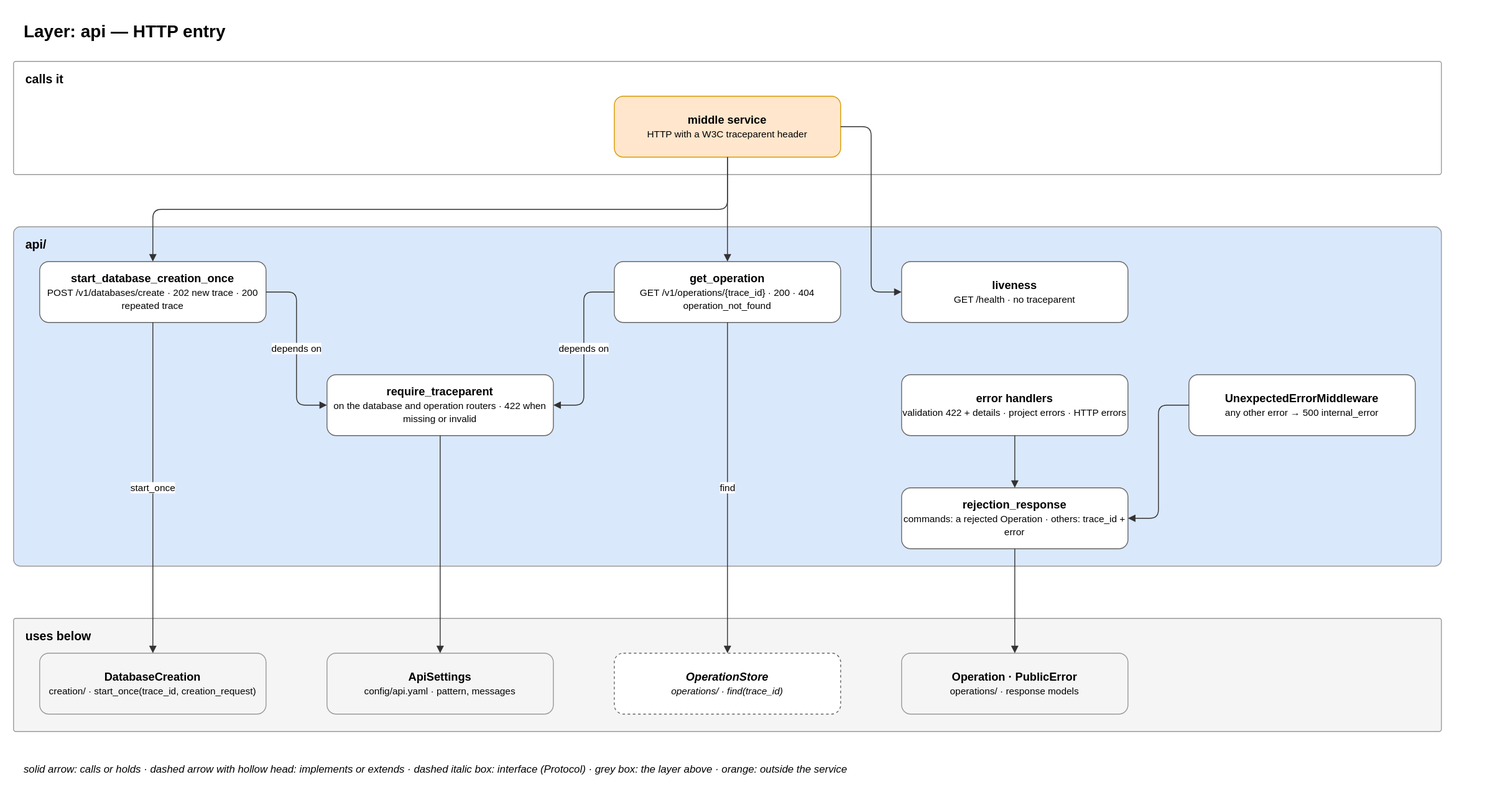
The draw.io diagram docs/diagrams/03-layer-api.drawio.svg in EliShteinman/redis-enterprise-services, before a commit. Source tidied: cells renumbered, new cells last; positions are measured from the earlier drawing's top-left corner, leaving out a move shared by most shapes.
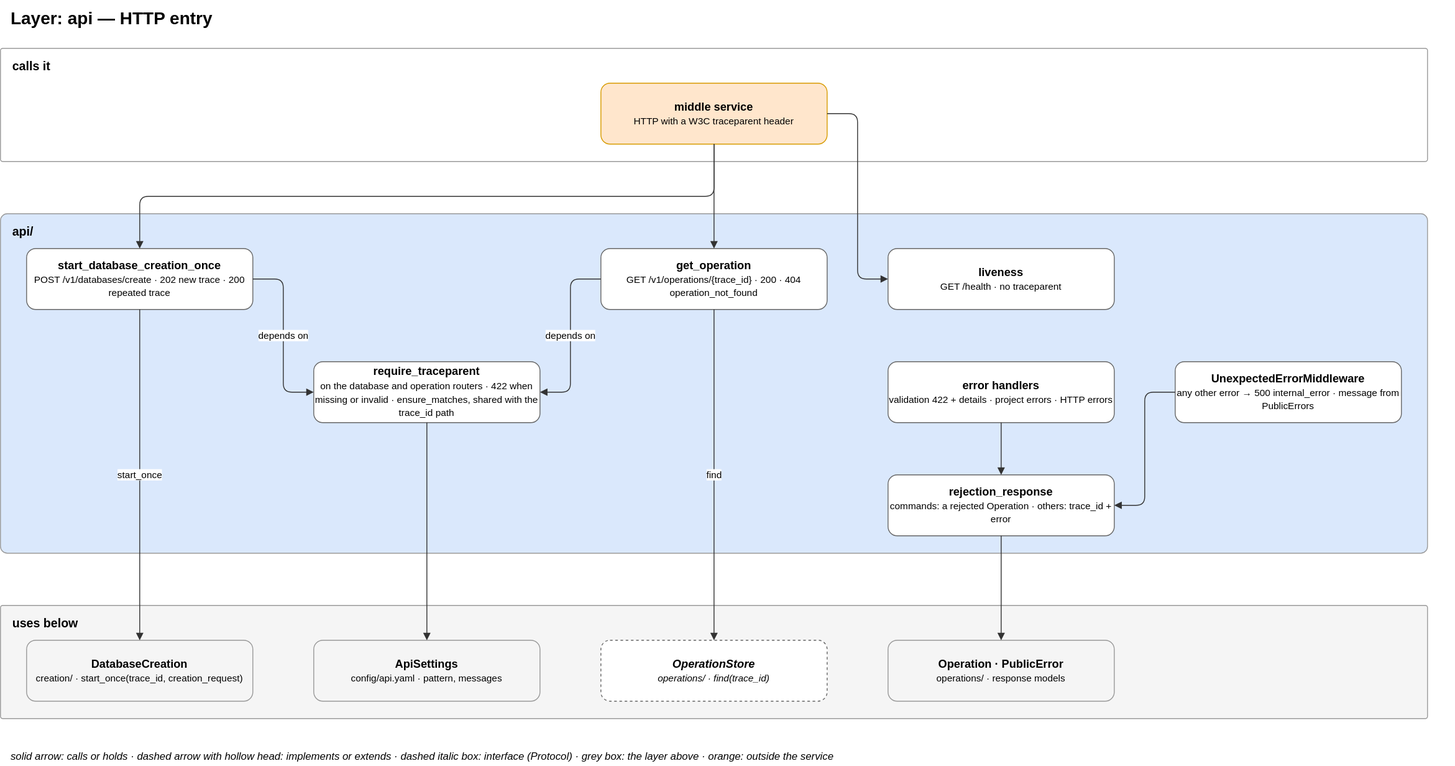
The same file after the commit.

Commit message:
docs(diagrams): StatusPolling, user_resources, lock_keys, ensure_matches and the role in the permission

What changed in the source:
```diff
@@ -23,13 +23,13 @@
     <mxCell id="8" value="&lt;b&gt;liveness&lt;/b&gt;&lt;br&gt;&lt;font style='font-size:11px'&gt;GET /health · no traceparent&lt;/font&gt;" style="rounded=1;whiteSpace=wrap;html=1;fillColor=#ffffff;strokeColor=#666666;fontSize=13;" parent="1" vertex="1">
       <mxGeometry x="1020" y="285" width="260" height="70" as="geometry" />
     </mxCell>
-    <mxCell id="9" value="&lt;b&gt;require_traceparent&lt;/b&gt;&lt;br&gt;&lt;font style='font-size:11px'&gt;on the database and operation routers · 422 when missing or invalid&lt;/font&gt;" style="rounded=1;whiteSpace=wrap;html=1;fillColor=#ffffff;strokeColor=#666666;fontSize=13;" parent="1" vertex="1">
+    <mxCell id="9" value="&lt;b&gt;require_traceparent&lt;/b&gt;&lt;br&gt;&lt;font style='font-size:11px'&gt;on the database and operation routers · 422 when missing or invalid · ensure_matches, shared with the trace_id path&lt;/font&gt;" style="rounded=1;whiteSpace=wrap;html=1;fillColor=#ffffff;strokeColor=#666666;fontSize=13;" parent="1" vertex="1">
       <mxGeometry x="360" y="415" width="260" height="70" as="geometry" />
     </mxCell>
     <mxCell id="10" value="&lt;b&gt;error handlers&lt;/b&gt;&lt;br&gt;&lt;font style='font-size:11px'&gt;validation 422 + details · project errors · HTTP errors&lt;/font&gt;" style="rounded=1;whiteSpace=wrap;html=1;fillColor=#ffffff;strokeColor=#666666;fontSize=13;" parent="1" vertex="1">
       <mxGeometry x="1020" y="415" width="260" height="70" as="geometry" />
     </mxCell>
-    <mxCell id="11" value="&lt;b&gt;UnexpectedErrorMiddleware&lt;/b&gt;&lt;br&gt;&lt;font style='font-size:11px'&gt;any other error → 500 internal_error&lt;/font&gt;" style="rounded=1;whiteSpace=wrap;html=1;fillColor=#ffffff;strokeColor=#666666;fontSize=13;" parent="1" vertex="1">
+    <mxCell id="11" value="&lt;b&gt;UnexpectedErrorMiddleware&lt;/b&gt;&lt;br&gt;&lt;font style='font-size:11px'&gt;any other error → 500 internal_error · message from PublicErrors&lt;/font&gt;" style="rounded=1;whiteSpace=wrap;html=1;fillColor=#ffffff;strokeColor=#666666;fontSize=13;" parent="1" vertex="1">
       <mxGeometry x="1350" y="415" width="260" height="70" as="geometry" />
     </mxCell>
     <mxCell id="12" value="&lt;b&gt;rejection_response&lt;/b&gt;&lt;br&gt;&lt;font style='font-size:11px'&gt;commands: a rejected Operation · others: trace_id + error&lt;/font&gt;" style="rounded=1;whiteSpace=wrap;html=1;fillColor=#ffffff;strokeColor=#666666;fontSize=13;" parent="1" vertex="1">
```
